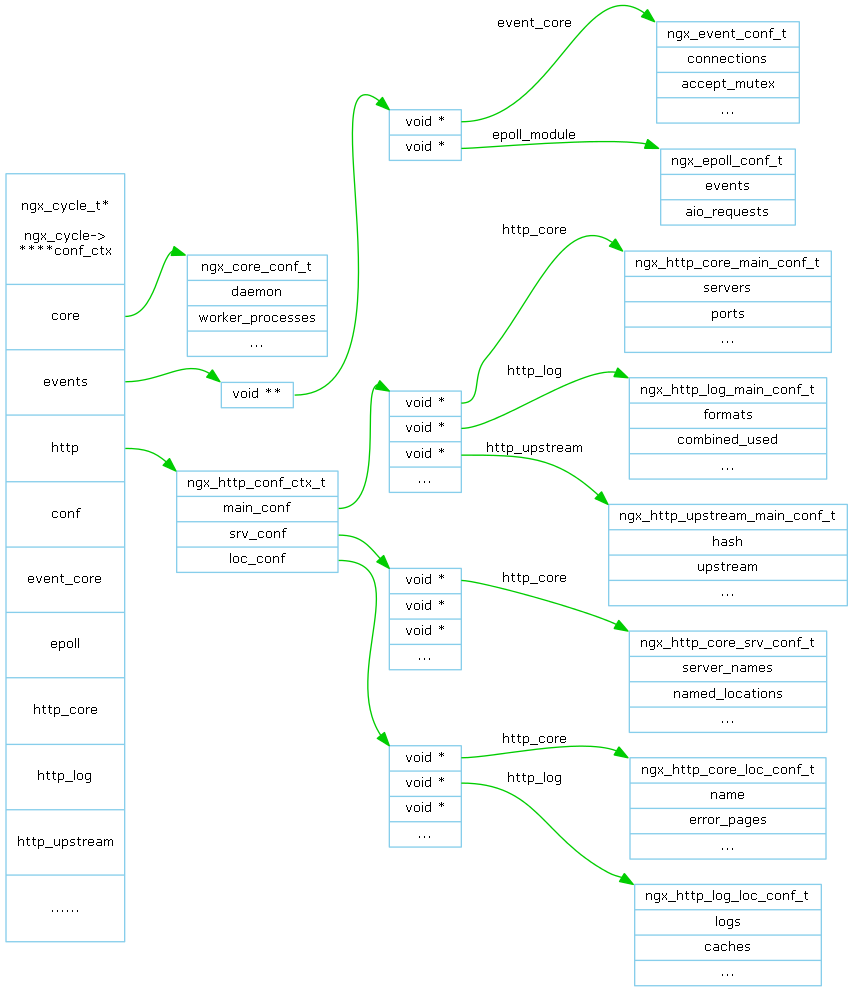
This is doc/Graph/module_configure/ngx_configures.png from lingjf/nginx_analyse, a Graphviz export, as it was before one commit. Its source is kept beside it as doc/Graph/module_configure/ngx_configures.gv.
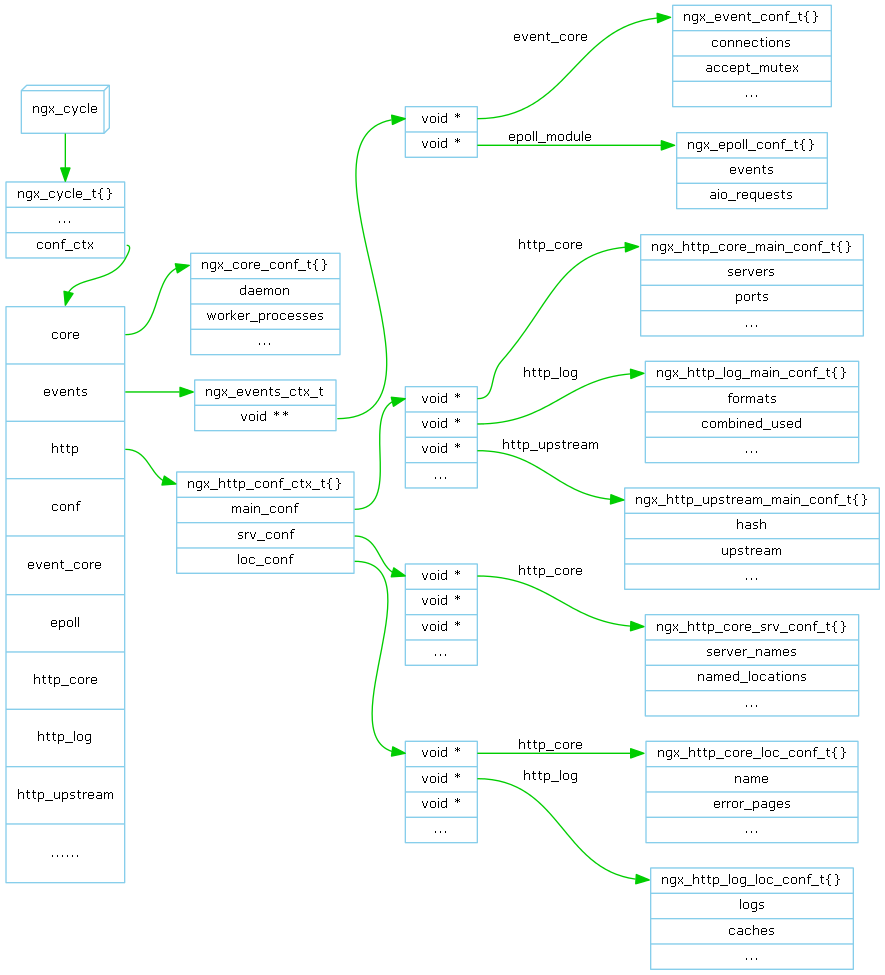
The same file after the commit.

Diff of the diagram source:
```diff
@@ -1,47 +1,55 @@
-digraph ngx_conf {
+digraph ngx_configures {
 
    rankdir=LR;
    node [shape=record, color=skyblue, fontname="Verdana", fontsize=10];
    edge [color=green3, fontname="Verdana", fontsize=10];
 
-   conf_ctx [label="ngx_cycle_t*\n\nngx_cycle-\>\n****conf_ctx|<core>core|<events>events|<http>http|<conf>conf|event_core|epoll|http_core|http_log|http_upstream|......", height=8];
+   ngx_cycle [shape="box3d", label="ngx_cycle"];
+   ngx_cycle_t [label="<head>ngx_cycle_t\{\}|...|<conf_ctx>conf_ctx"];
 
-   ngx_core_conf_t [label="ngx_core_conf_t|daemon|worker_processes|..."];
-   conf_ctx:core -> ngx_core_conf_t:nw;
+   conf_ctx [label="<core>core|<events>events|<http>http|<conf>conf|event_core|epoll|http_core|http_log|http_upstream|......", height=6];
 
-   events_l2 [label="void **", height=0.1];
+   ngx_cycle -> ngx_cycle_t:head;
+   ngx_cycle_t:conf_ctx:e -> conf_ctx:core;
+
+   {rank=same; ngx_cycle; ngx_cycle_t; conf_ctx};
+
+   ngx_core_conf_t [label="<head>ngx_core_conf_t\{\}|daemon|worker_processes|..."];
+   conf_ctx:core -> ngx_core_conf_t:head;
+
+   ngx_events_ctx_t [label="<head>ngx_events_ctx_t|<vec>void **"];
    events_l3 [label="<event_core>void *|<epoll>void *"];
-   ngx_event_conf_t [label="ngx_event_conf_t|connections|accept_mutex|..."];
-   ngx_epoll_conf_t [label="ngx_epoll_conf_t|events|aio_requests"];
-   conf_ctx:events -> events_l2:nw;
-   events_l2:e -> events_l3:nw;
-   events_l3:event_core -> ngx_event_conf_t:nw [label="event_core"];
-   events_l3:epoll -> ngx_epoll_conf_t:nw [label="epoll_module"];
+   ngx_event_conf_t [label="<head>ngx_event_conf_t\{\}|connections|accept_mutex|..."];
+   ngx_epoll_conf_t [label="<head>ngx_epoll_conf_t\{\}|events|aio_requests"];
+   conf_ctx:events -> ngx_events_ctx_t:head;
+   ngx_events_ctx_t:vec -> events_l3:event_core;
+   events_l3:event_core -> ngx_event_conf_t:head [label="event_core"];
+   events_l3:epoll -> ngx_epoll_conf_t:head [label="epoll_module"];
 
-   ngx_http_conf_ctx_t [label="ngx_http_conf_ctx_t|<main>main_conf|<srv>srv_conf|<loc>loc_conf"];
-   conf_ctx:http -> ngx_http_conf_ctx_t:nw;
+   ngx_http_conf_ctx_t [label="<head>ngx_http_conf_ctx_t\{\}|<main>main_conf|<srv>srv_conf|<loc>loc_conf"];
+   conf_ctx:http -> ngx_http_conf_ctx_t:head;
 
    http_main_l3 [label="<http_core>void *|<http_log>void *|<http_upstream>void *|..."];
    http_srv_l3 [label="<http_core>void *|<http_log>void *|<http_upstream>void *|..."];
    http_loc_l3 [label="<http_core>void *|<http_log>void *|<http_upstream>void *|..."];
-   ngx_http_conf_ctx_t:main -> http_main_l3:nw;
-   ngx_http_conf_ctx_t:srv -> http_srv_l3:nw;
-   ngx_http_conf_ctx_t:loc -> http_loc_l3:nw;
+   ngx_http_conf_ctx_t:main -> http_main_l3:http_core;
+   ngx_http_conf_ctx_t:srv -> http_srv_l3:http_core;
+   ngx_http_conf_ctx_t:loc -> http_loc_l3:http_core;
 
-   ngx_http_core_main_conf_t [label="ngx_http_core_main_conf_t|servers|ports|..."];
-   ngx_http_log_main_conf_t [label="ngx_http_log_main_conf_t|formats|combined_used|..."];
-   ngx_http_upstream_main_conf_t [label="ngx_http_upstream_main_conf_t|hash|upstream|..."];
-   http_main_l3:http_core -> ngx_http_core_main_conf_t:nw [label="http_core"];
-   http_main_l3:http_log -> ngx_http_log_main_conf_t:nw [label="http_log"];
-   http_main_l3:http_upstream -> ngx_http_upstream_main_conf_t:nw [label="http_upstream"];
+   ngx_http_core_main_conf_t [label="<head>ngx_http_core_main_conf_t\{\}|servers|ports|..."];
+   ngx_http_log_main_conf_t [label="<head>ngx_http_log_main_conf_t\{\}|formats|combined_used|..."];
+   ngx_http_upstream_main_conf_t [label="<head>ngx_http_upstream_main_conf_t\{\}|hash|upstream|..."];
+   http_main_l3:http_core -> ngx_http_core_main_conf_t:head [label="http_core"];
+   http_main_l3:http_log -> ngx_http_log_main_conf_t:head [label="http_log"];
+   http_main_l3:http_upstream -> ngx_http_upstream_main_conf_t:head [label="http_upstream"];
 
-   ngx_http_core_srv_conf_t [label="ngx_http_core_srv_conf_t|server_names|named_locations|..."];
-   http_srv_l3:http_core -> ngx_http_core_srv_conf_t:nw [label="http_core"];
+   ngx_http_core_srv_conf_t [label="<head>ngx_http_core_srv_conf_t\{\}|server_names|named_locations|..."];
+   http_srv_l3:http_core -> ngx_http_core_srv_conf_t:head [label="http_core"];
 
-   ngx_http_core_loc_conf_t [label="ngx_http_core_loc_conf_t|name|error_pages|..."];
-   http_loc_l3:http_core -> ngx_http_core_loc_conf_t:nw[label="http_core"];
+   ngx_http_core_loc_conf_t [label="<head>ngx_http_core_loc_conf_t\{\}|name|error_pages|..."];
+   http_loc_l3:http_core -> ngx_http_core_loc_conf_t:head[label="http_core"];
 
-   ngx_http_log_loc_conf_t [label="ngx_http_log_loc_conf_t|logs|caches|..."];
-   http_loc_l3:http_log -> ngx_http_log_loc_conf_t:nw[label="http_log"];
+   ngx_http_log_loc_conf_t [label="<head>ngx_http_log_loc_conf_t\{\}|logs|caches|..."];
+   http_loc_l3:http_log -> ngx_http_log_loc_conf_t:head[label="http_log"];
 
 }
```
